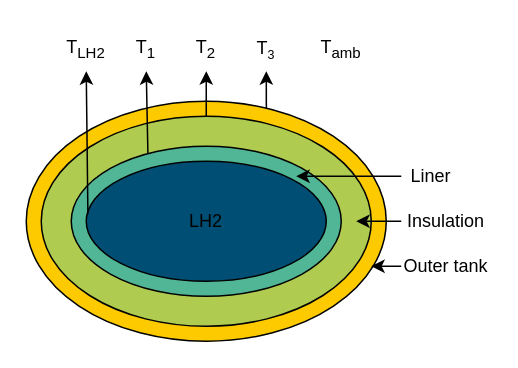
Above: MT/images/tank_temp.drawio in Gintoki-satoru/ABAQUS (draw.io), before the change. Source tidied: cells renumbered, new cells numbered last; positions are measured from the earlier drawing's top-left corner, leaving out a move shared by most shapes. Both pictures are drawn from the tidied source at 150%, with x=0, y=0 at pixel (26, 26).
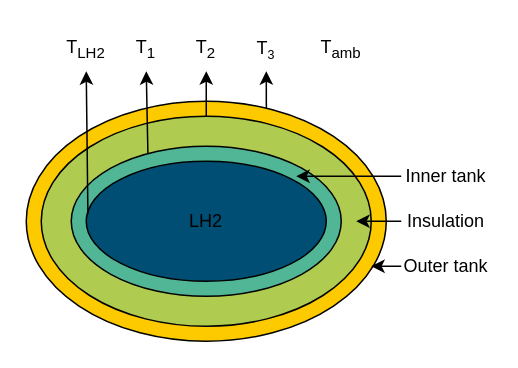
After the change.

What changed in the source:
```diff
@@
-    <mxCell id="8" value="Liner" style="text;html=1;whiteSpace=wrap;strokeColor=none;fillColor=none;align=center;verticalAlign=middle;rounded=0;" parent="1" vertex="1">
-      <mxGeometry x="240" y="85" width="60" height="30" as="geometry" />
+    <mxCell id="8" value="Inner tank" style="text;html=1;whiteSpace=wrap;strokeColor=none;fillColor=none;align=center;verticalAlign=middle;rounded=0;" parent="1" vertex="1">
+      <mxGeometry x="250" y="85" width="60" height="30" as="geometry" />
     </mxCell>
```
